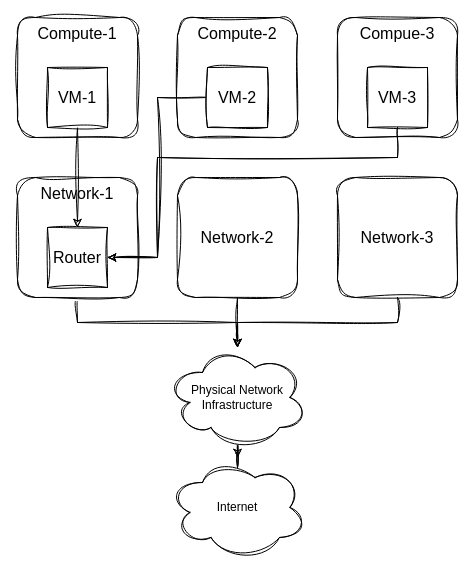
Before: page "欧拉-2" (10 of 11) of openstack.drawio in wangkuntian/draw, a draw.io diagram. Source tidied: cells renumbered, new cells numbered last; positions are measured from the earlier drawing's top-left corner, leaving out a move shared by most shapes. Both pictures are drawn from the tidied source at 100%, with x=0, y=0 at pixel (17, 17).
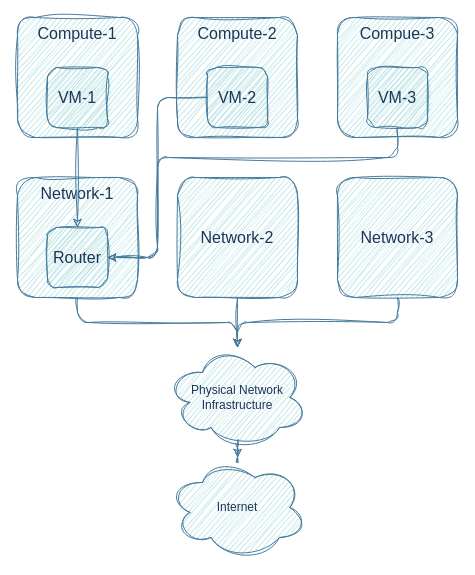
After the change.

The edit, as a diff of the source:
```diff
@@
-    <mxCell id="2" value="Compute-1" style="rounded=1;hachureGap=4;fontFamily=Helvetica;fontSize=16;verticalAlign=top;sketch=1;curveFitting=1;jiggle=2;whiteSpace=wrap;html=1;" parent="1" vertex="1">
+    <mxCell id="2" value="Compute-1" style="rounded=1;hachureGap=4;fontFamily=Helvetica;fontSize=16;verticalAlign=top;whiteSpace=wrap;html=1;labelBackgroundColor=none;fillColor=#A8DADC;strokeColor=#457B9D;fontColor=#1D3557;sketch=1;curveFitting=1;jiggle=2;" parent="1" vertex="1">
       <mxGeometry width="120" height="120" as="geometry" />
     </mxCell>
-    <mxCell id="3" value="Compute-2" style="rounded=1;hachureGap=4;fontFamily=Helvetica;fontSize=16;verticalAlign=top;sketch=1;curveFitting=1;jiggle=2;whiteSpace=wrap;html=1;" parent="1" vertex="1">
+    <mxCell id="3" value="Compute-2" style="rounded=1;hachureGap=4;fontFamily=Helvetica;fontSize=16;verticalAlign=top;whiteSpace=wrap;html=1;labelBackgroundColor=none;fillColor=#A8DADC;strokeColor=#457B9D;fontColor=#1D3557;sketch=1;curveFitting=1;jiggle=2;" parent="1" vertex="1">
       <mxGeometry x="160" width="120" height="120" as="geometry" />
     </mxCell>
-    <mxCell id="4" value="Compue-3" style="rounded=1;hachureGap=4;fontFamily=Helvetica;fontSize=16;verticalAlign=top;sketch=1;curveFitting=1;jiggle=2;whiteSpace=wrap;html=1;" parent="1" vertex="1">
+    <mxCell id="4" value="Compue-3" style="rounded=1;hachureGap=4;fontFamily=Helvetica;fontSize=16;verticalAlign=top;whiteSpace=wrap;html=1;labelBackgroundColor=none;fillColor=#A8DADC;strokeColor=#457B9D;fontColor=#1D3557;sketch=1;curveFitting=1;jiggle=2;" parent="1" vertex="1">
       <mxGeometry x="320" width="120" height="120" as="geometry" />
     </mxCell>
-    <mxCell id="5" style="edgeStyle=orthogonalEdgeStyle;rounded=0;jettySize=auto;exitX=0.5;exitY=1;exitDx=0;exitDy=0;sketch=1;curveFitting=1;jiggle=2;html=1;" parent="1" edge="1" source="6" target="15">
+    <mxCell id="5" style="edgeStyle=orthogonalEdgeStyle;rounded=1;jettySize=auto;exitX=0.5;exitY=1;exitDx=0;exitDy=0;html=1;labelBackgroundColor=none;strokeColor=#457B9D;fontColor=default;sketch=1;curveFitting=1;jiggle=2;" parent="1" edge="1" source="6" target="15">
       <mxGeometry relative="1" as="geometry" />
     </mxCell>
-    <mxCell id="6" value="Network-1" style="rounded=1;hachureGap=4;fontFamily=Helvetica;fontSize=16;verticalAlign=top;sketch=1;curveFitting=1;jiggle=2;whiteSpace=wrap;html=1;" parent="1" vertex="1">
+    <mxCell id="6" value="Network-1" style="rounded=1;hachureGap=4;fontFamily=Helvetica;fontSize=16;verticalAlign=top;whiteSpace=wrap;html=1;labelBackgroundColor=none;fillColor=#A8DADC;strokeColor=#457B9D;fontColor=#1D3557;sketch=1;curveFitting=1;jiggle=2;" parent="1" vertex="1">
       <mxGeometry y="160" width="120" height="120" as="geometry" />
     </mxCell>
-    <mxCell id="7" style="edgeStyle=orthogonalEdgeStyle;rounded=0;jettySize=auto;exitX=0.5;exitY=1;exitDx=0;exitDy=0;sketch=1;curveFitting=1;jiggle=2;html=1;" parent="1" edge="1" source="8" target="15">
+    <mxCell id="7" style="edgeStyle=orthogonalEdgeStyle;rounded=1;jettySize=auto;exitX=0.5;exitY=1;exitDx=0;exitDy=0;html=1;labelBackgroundColor=none;strokeColor=#457B9D;fontColor=default;sketch=1;curveFitting=1;jiggle=2;" parent="1" edge="1" source="8" target="15">
       <mxGeometry relative="1" as="geometry" />
     </mxCell>
-    <mxCell id="8" value="Network-2" style="rounded=1;hachureGap=4;fontFamily=Helvetica;fontSize=16;verticalAlign=middle;sketch=1;curveFitting=1;jiggle=2;whiteSpace=wrap;html=1;" parent="1" vertex="1">
+    <mxCell id="8" value="Network-2" style="rounded=1;hachureGap=4;fontFamily=Helvetica;fontSize=16;verticalAlign=middle;whiteSpace=wrap;html=1;labelBackgroundColor=none;fillColor=#A8DADC;strokeColor=#457B9D;fontColor=#1D3557;sketch=1;curveFitting=1;jiggle=2;" parent="1" vertex="1">
       <mxGeometry x="160" y="160" width="120" height="120" as="geometry" />
     </mxCell>
-    <mxCell id="9" style="edgeStyle=orthogonalEdgeStyle;rounded=0;jettySize=auto;exitX=0.5;exitY=1;exitDx=0;exitDy=0;sketch=1;curveFitting=1;jiggle=2;html=1;" parent="1" edge="1" source="10" target="15">
+    <mxCell id="9" style="edgeStyle=orthogonalEdgeStyle;rounded=1;jettySize=auto;exitX=0.5;exitY=1;exitDx=0;exitDy=0;html=1;labelBackgroundColor=none;strokeColor=#457B9D;fontColor=default;sketch=1;curveFitting=1;jiggle=2;" parent="1" edge="1" source="10" target="15">
       <mxGeometry relative="1" as="geometry" />
     </mxCell>
-    <mxCell id="10" value="Network-3" style="rounded=1;hachureGap=4;fontFamily=Helvetica;fontSize=16;verticalAlign=middle;sketch=1;curveFitting=1;jiggle=2;whiteSpace=wrap;html=1;" parent="1" vertex="1">
+    <mxCell id="10" value="Network-3" style="rounded=1;hachureGap=4;fontFamily=Helvetica;fontSize=16;verticalAlign=middle;whiteSpace=wrap;html=1;labelBackgroundColor=none;fillColor=#A8DADC;strokeColor=#457B9D;fontColor=#1D3557;sketch=1;curveFitting=1;jiggle=2;" parent="1" vertex="1">
       <mxGeometry x="320" y="160" width="120" height="120" as="geometry" />
     </mxCell>
-    <mxCell id="11" style="edgeStyle=orthogonalEdgeStyle;rounded=0;jettySize=auto;sketch=1;curveFitting=1;jiggle=2;html=1;" parent="1" edge="1" source="12" target="13">
+    <mxCell id="11" style="edgeStyle=orthogonalEdgeStyle;rounded=1;jettySize=auto;html=1;labelBackgroundColor=none;strokeColor=#457B9D;fontColor=default;sketch=1;curveFitting=1;jiggle=2;" parent="1" edge="1" source="12" target="13">
       <mxGeometry relative="1" as="geometry" />
     </mxCell>
-    <mxCell id="12" value="VM-1" style="hachureGap=4;fontFamily=Helvetica;fontSize=16;sketch=1;curveFitting=1;jiggle=2;whiteSpace=wrap;html=1;" parent="1" vertex="1">
+    <mxCell id="12" value="VM-1" style="hachureGap=4;fontFamily=Helvetica;fontSize=16;whiteSpace=wrap;html=1;labelBackgroundColor=none;fillColor=#A8DADC;strokeColor=#457B9D;fontColor=#1D3557;rounded=1;sketch=1;curveFitting=1;jiggle=2;" parent="1" vertex="1">
       <mxGeometry x="30" y="50" width="60" height="60" as="geometry" />
     </mxCell>
-    <mxCell id="13" value="Router" style="hachureGap=4;fontFamily=Helvetica;fontSize=16;sketch=1;curveFitting=1;jiggle=2;whiteSpace=wrap;html=1;" parent="1" vertex="1">
+    <mxCell id="13" value="Router" style="hachureGap=4;fontFamily=Helvetica;fontSize=16;whiteSpace=wrap;html=1;labelBackgroundColor=none;fillColor=#A8DADC;strokeColor=#457B9D;fontColor=#1D3557;rounded=1;sketch=1;curveFitting=1;jiggle=2;" parent="1" vertex="1">
       <mxGeometry x="30" y="210" width="60" height="60" as="geometry" />
     </mxCell>
-    <mxCell id="14" style="edgeStyle=orthogonalEdgeStyle;rounded=0;jettySize=auto;sketch=1;curveFitting=1;jiggle=2;html=1;" parent="1" edge="1" source="15" target="16">
+    <mxCell id="14" style="edgeStyle=orthogonalEdgeStyle;rounded=1;jettySize=auto;html=1;labelBackgroundColor=none;strokeColor=#457B9D;fontColor=default;sketch=1;curveFitting=1;jiggle=2;" parent="1" edge="1" source="15" target="16">
       <mxGeometry relative="1" as="geometry" />
     </mxCell>
-    <mxCell id="15" value="Physical Network Infrastructure" style="ellipse;shape=cloud;sketch=1;curveFitting=1;jiggle=2;whiteSpace=wrap;html=1;" parent="1" vertex="1">
+    <mxCell id="15" value="Physical Network Infrastructure" style="ellipse;shape=cloud;whiteSpace=wrap;html=1;labelBackgroundColor=none;fillColor=#A8DADC;strokeColor=#457B9D;fontColor=#1D3557;rounded=1;sketch=1;curveFitting=1;jiggle=2;" parent="1" vertex="1">
       <mxGeometry x="150" y="330" width="140" height="100" as="geometry" />
     </mxCell>
-    <mxCell id="16" value="Internet" style="ellipse;shape=cloud;sketch=1;curveFitting=1;jiggle=2;whiteSpace=wrap;html=1;" parent="1" vertex="1">
+    <mxCell id="16" value="Internet" style="ellipse;shape=cloud;whiteSpace=wrap;html=1;labelBackgroundColor=none;fillColor=#A8DADC;strokeColor=#457B9D;fontColor=#1D3557;rounded=1;sketch=1;curveFitting=1;jiggle=2;" parent="1" vertex="1">
       <mxGeometry x="150" y="440" width="140" height="100" as="geometry" />
     </mxCell>
-    <mxCell id="17" style="edgeStyle=orthogonalEdgeStyle;rounded=0;jettySize=auto;html=1;entryX=1;entryY=0.5;entryDx=0;entryDy=0;sketch=1;curveFitting=1;jiggle=2;" parent="1" edge="1" source="18" target="13">
+    <mxCell id="17" style="edgeStyle=orthogonalEdgeStyle;rounded=1;jettySize=auto;html=1;entryX=1;entryY=0.5;entryDx=0;entryDy=0;labelBackgroundColor=none;strokeColor=#457B9D;fontColor=default;sketch=1;curveFitting=1;jiggle=2;" parent="1" edge="1" source="18" target="13">
       <mxGeometry relative="1" as="geometry" />
     </mxCell>
-    <mxCell id="18" value="VM-2" style="hachureGap=4;fontFamily=Helvetica;fontSize=16;sketch=1;curveFitting=1;jiggle=2;whiteSpace=wrap;html=1;" parent="1" vertex="1">
+    <mxCell id="18" value="VM-2" style="hachureGap=4;fontFamily=Helvetica;fontSize=16;whiteSpace=wrap;html=1;labelBackgroundColor=none;fillColor=#A8DADC;strokeColor=#457B9D;fontColor=#1D3557;rounded=1;sketch=1;curveFitting=1;jiggle=2;" parent="1" vertex="1">
       <mxGeometry x="190" y="50" width="60" height="60" as="geometry" />
     </mxCell>
-    <mxCell id="19" style="edgeStyle=orthogonalEdgeStyle;rounded=0;jettySize=auto;html=1;exitX=0.5;exitY=1;exitDx=0;exitDy=0;entryX=1;entryY=0.5;entryDx=0;entryDy=0;sketch=1;curveFitting=1;jiggle=2;" parent="1" edge="1" source="20" target="13">
+    <mxCell id="19" style="edgeStyle=orthogonalEdgeStyle;rounded=1;jettySize=auto;html=1;exitX=0.5;exitY=1;exitDx=0;exitDy=0;entryX=1;entryY=0.5;entryDx=0;entryDy=0;labelBackgroundColor=none;strokeColor=#457B9D;fontColor=default;sketch=1;curveFitting=1;jiggle=2;" parent="1" edge="1" source="20" target="13">
       <mxGeometry relative="1" as="geometry">
         <Array as="points">
           <mxPoint x="380" y="140" />
           <mxPoint x="140" y="140" />
           <mxPoint x="140" y="240" />
         </Array>
       </mxGeometry>
     </mxCell>
-    <mxCell id="20" value="VM-3" style="hachureGap=4;fontFamily=Helvetica;fontSize=16;sketch=1;curveFitting=1;jiggle=2;whiteSpace=wrap;html=1;" parent="1" vertex="1">
+    <mxCell id="20" value="VM-3" style="hachureGap=4;fontFamily=Helvetica;fontSize=16;whiteSpace=wrap;html=1;labelBackgroundColor=none;fillColor=#A8DADC;strokeColor=#457B9D;fontColor=#1D3557;rounded=1;sketch=1;curveFitting=1;jiggle=2;" parent="1" vertex="1">
       <mxGeometry x="350" y="50" width="60" height="60" as="geometry" />
     </mxCell>
```
